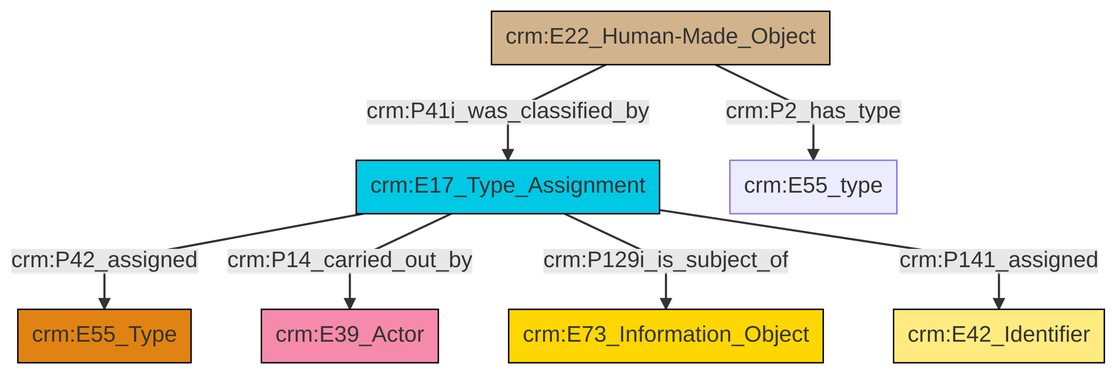
Before: et/builtWorkCSV/ttl/mmd/png/Built_Work_designation_status.png, a diagram exported from Mermaid (swiss-art-research-net/reference-data-models). Its source is kept beside it as et/builtWorkCSV/ttl/mmd/Built_Work_designation_status.ttl.mmd. Source of this version:
```mermaid
graph TD
classDef Literal fill:#f2f2f2,stroke:#000000;
classDef CRM_Entity fill:#FFFFFF,stroke:#000000;
classDef Temporal_Entity fill:#00C9E6, stroke:#000000;
classDef Type fill:#E18312, stroke:#000000;
classDef Time-Span fill:#2C9C91, stroke:#000000;
classDef Appellation fill:#FFEB7F, stroke:#000000;
classDef Place fill:#008836, stroke:#000000;
classDef Persistent_Item fill:#B266B2, stroke:#000000;
classDef Conceptual_Object fill:#FFD700, stroke:#000000;
classDef Physical_Thing fill:#D2B48C, stroke:#000000;
classDef Actor fill:#f58aad, stroke:#000000;
classDef PC_Classes fill:#4ce600, stroke:#000000;
classDef Multi fill:#cccccc,stroke:#000000;

0["crm:E17_Type_Assignment"]:::Temporal_Entity -->|crm:P42_assigned| 1["crm:E55_Type"]:::Type
2["crm:E22_Human-Made_Object"]:::Physical_Thing -->|crm:P41i_was_classified_by| 0["crm:E17_Type_Assignment"]:::Temporal_Entity
0["crm:E17_Type_Assignment"]:::Temporal_Entity -->|crm:P14_carried_out_by| 3["crm:E39_Actor"]:::Actor
2["crm:E22_Human-Made_Object"]:::Physical_Thing -->|crm:P2_has_type| 4["crm:E55_type"]:::Default
0["crm:E17_Type_Assignment"]:::Temporal_Entity -->|crm:P129i_is_subject_of| 8["crm:E73_Information_Object"]:::Conceptual_Object
0["crm:E17_Type_Assignment"]:::Temporal_Entity -->|crm:P141_assigned| 11["crm:E42_Identifier"]:::Appellation
```
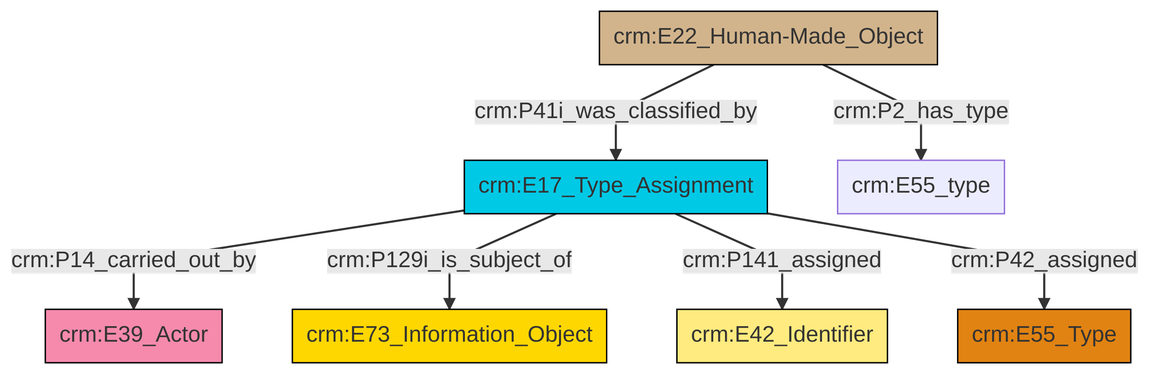
Above is the later version.

Diff of the diagram source:
```diff
@@ -13,9 +13,9 @@
 classDef PC_Classes fill:#4ce600, stroke:#000000;
 classDef Multi fill:#cccccc,stroke:#000000;
 
-0["crm:E17_Type_Assignment"]:::Temporal_Entity -->|crm:P42_assigned| 1["crm:E55_Type"]:::Type
-2["crm:E22_Human-Made_Object"]:::Physical_Thing -->|crm:P41i_was_classified_by| 0["crm:E17_Type_Assignment"]:::Temporal_Entity
-0["crm:E17_Type_Assignment"]:::Temporal_Entity -->|crm:P14_carried_out_by| 3["crm:E39_Actor"]:::Actor
-2["crm:E22_Human-Made_Object"]:::Physical_Thing -->|crm:P2_has_type| 4["crm:E55_type"]:::Default
-0["crm:E17_Type_Assignment"]:::Temporal_Entity -->|crm:P129i_is_subject_of| 8["crm:E73_Information_Object"]:::Conceptual_Object
-0["crm:E17_Type_Assignment"]:::Temporal_Entity -->|crm:P141_assigned| 11["crm:E42_Identifier"]:::Appellation
+0["crm:E22_Human-Made_Object"]:::Physical_Thing -->|crm:P41i_was_classified_by| 1["crm:E17_Type_Assignment"]:::Temporal_Entity
+1["crm:E17_Type_Assignment"]:::Temporal_Entity -->|crm:P14_carried_out_by| 4["crm:E39_Actor"]:::Actor
+1["crm:E17_Type_Assignment"]:::Temporal_Entity -->|crm:P129i_is_subject_of| 8["crm:E73_Information_Object"]:::Conceptual_Object
+1["crm:E17_Type_Assignment"]:::Temporal_Entity -->|crm:P141_assigned| 9["crm:E42_Identifier"]:::Appellation
+0["crm:E22_Human-Made_Object"]:::Physical_Thing -->|crm:P2_has_type| 2["crm:E55_type"]:::Default
+1["crm:E17_Type_Assignment"]:::Temporal_Entity -->|crm:P42_assigned| 6["crm:E55_Type"]:::Type
```
